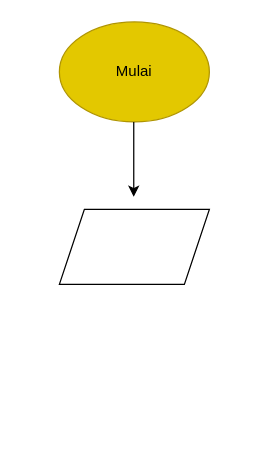
Earlier version of the draw.io diagram flowchart-fe2848059.drawio (gabryella-apriani-sinaga/Gabryella_Apriani_Sinaga-Order_Makanan_via_Online). Source tidied: cells renumbered, new cells numbered last; positions are measured from the earlier drawing's top-left corner, leaving out a move shared by most shapes. Both pictures are drawn from the tidied source at 125%, with x=0, y=0 at pixel (59, 21).
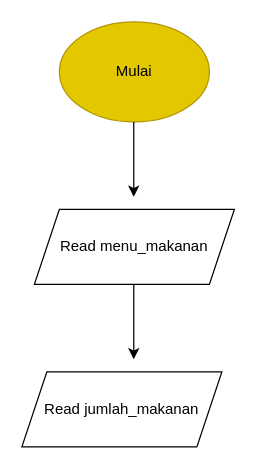
After the change.

Commit message:
make new state 'Read jumlah_makanan'

Diff of the diagram source:
```diff
@@
 <mxGraphModel>
   <root>
     <mxCell id="0" />
     <mxCell id="1" parent="0" />
     <mxCell id="2" value="Mulai" style="ellipse;whiteSpace=wrap;html=1;fillColor=#e3c800;fontColor=#000000;strokeColor=#B09500;" parent="1" vertex="1">
       <mxGeometry width="120" height="80" as="geometry" />
     </mxCell>
     <mxCell id="3" style="endArrow=classic;html=1;" parent="1" edge="1">
       <mxGeometry relative="1" as="geometry">
         <mxPoint x="59.5" y="80" as="sourcePoint" />
         <mxPoint x="59.5" y="140" as="targetPoint" />
       </mxGeometry>
     </mxCell>
-    <mxCell id="4" style="shape=parallelogram;perimeter=parallelogramPerimeter;whiteSpace=wrap;html=1;fixedSize=1;" parent="1" vertex="1">
-      <mxGeometry y="150" width="120" height="60" as="geometry" />
+    <mxCell id="4" value="Read menu_makanan" style="shape=parallelogram;perimeter=parallelogramPerimeter;whiteSpace=wrap;html=1;fixedSize=1;" parent="1" vertex="1">
+      <mxGeometry x="-20" y="150" width="160" height="60" as="geometry" />
     </mxCell>
+    <mxCell id="5" style="endArrow=classic;html=1;" parent="1" edge="1">
+      <mxGeometry relative="1" as="geometry">
+        <mxPoint x="59.5" y="210" as="sourcePoint" />
+        <mxPoint x="59.5" y="270" as="targetPoint" />
+      </mxGeometry>
+    </mxCell>
+    <mxCell id="6" value="Read jumlah_makanan" style="shape=parallelogram;perimeter=parallelogramPerimeter;whiteSpace=wrap;html=1;fixedSize=1;" parent="1" vertex="1">
+      <mxGeometry x="-30" y="280" width="160" height="60" as="geometry" />
+    </mxCell>
   </root>
 </mxGraphModel>
```
